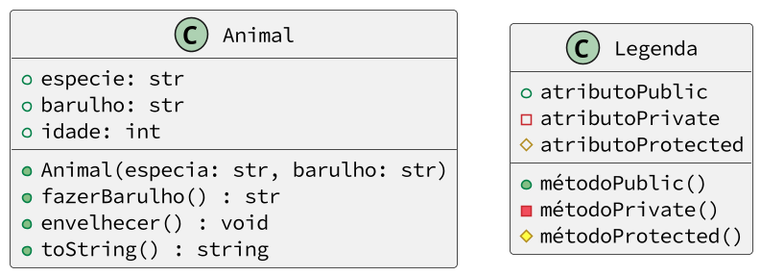
The PlantUML diagram base/animal2/diagrama.png in qxcodepoo/arcade, before a commit. Its diagram source:
```plantuml
@startuml
skinparam defaultFontName Hasklig
skinparam dpi 150
class Animal {
    + especie: str
    + barulho: str
    + idade: int
    __
    + Animal(especia: str, barulho: str)
    + fazerBarulho() : str
    + envelhecer() : void
    + toString() : string
}
class Legenda {
  + atributoPublic
  - atributoPrivate
  # atributoProtected
  __
  + métodoPublic()
  - métodoPrivate()
  # métodoProtected()
}
@enduml
```
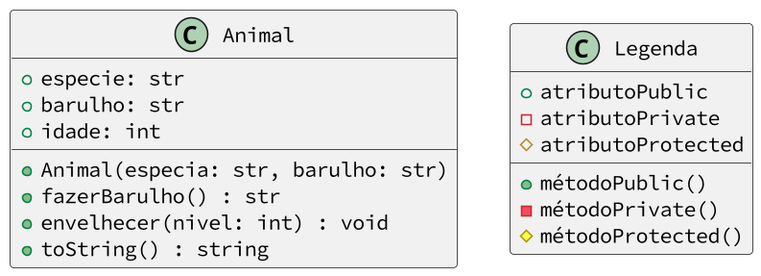
Later version of the same file.

Change to the diagram source:
```diff
@@ -8,7 +8,7 @@
     __
     + Animal(especia: str, barulho: str)
     + fazerBarulho() : str
-    + envelhecer() : void
+    + envelhecer(nivel: int) : void
     + toString() : string
 }
 class Legenda {
```
